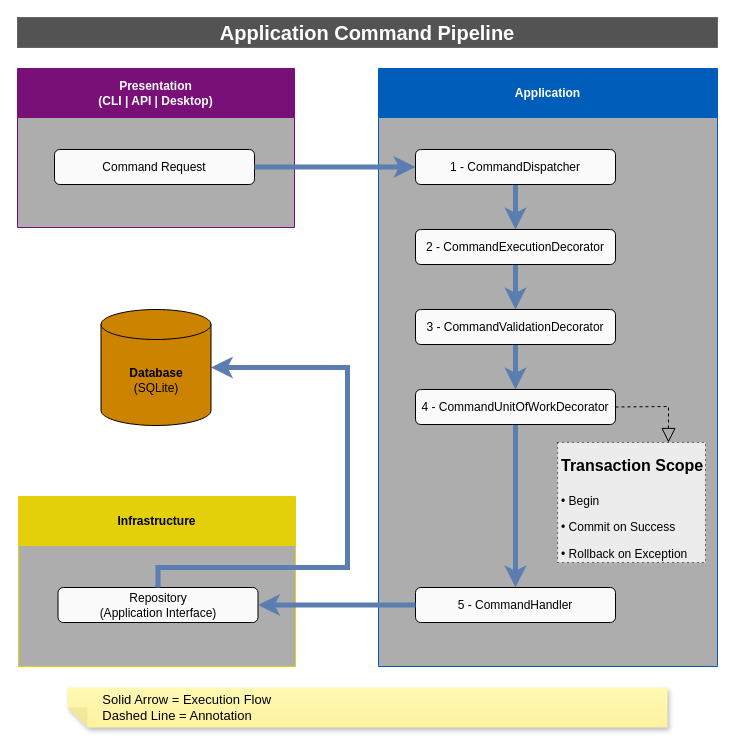
This is docs/application/application-command-pipeline.drawio from sergio-lopes-developer/whoami, a draw.io file, before an edit. Source tidied: cells renumbered, new cells numbered last; positions are measured from the earlier drawing's top-left corner, leaving out a move shared by most shapes. Both pictures are drawn from the tidied source at 100%, with x=0, y=0 at pixel (17, 17).
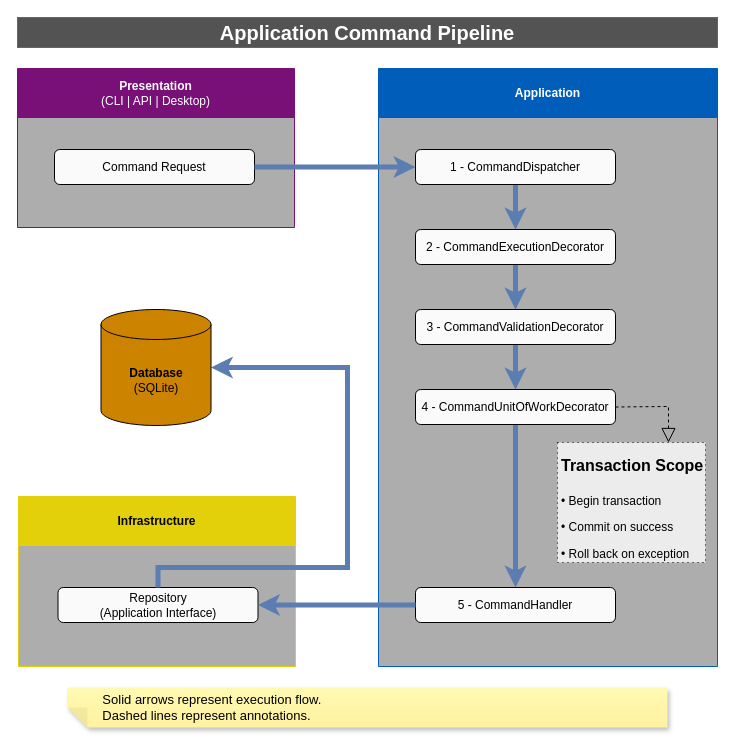
The same diagram, later.

The change refers to these unchanged cells:
```xml
<mxCell id="4" value="&lt;div&gt;Application&lt;/div&gt;" style="swimlane;whiteSpace=wrap;html=1;startSize=49;fillColor=light-dark(#005EBA,#005EBA);strokeColor=light-dark(#005EBA,#005EBA);fontColor=light-dark(#FFFFFF,#FFFFFF);swimlaneFillColor=light-dark(#ADADAD,#ADADAD);gradientColor=none;fillStyle=solid;" parent="1" vertex="1">
  <mxGeometry x="361" y="51" width="339" height="598" as="geometry" />
</mxCell>
<mxCell id="17" value="&lt;div&gt;Repository&lt;/div&gt;&lt;div&gt;(Application Interface)&lt;/div&gt;" style="rounded=1;whiteSpace=wrap;html=1;fillColor=light-dark(#FAFAFA,#FAFAFA);fontColor=light-dark(#000000,#000000);fillStyle=solid;" parent="16" vertex="1">
  <mxGeometry x="39.5" y="91" width="200" height="35" as="geometry" />
</mxCell>
<mxCell id="23" value="&lt;b&gt;Database&lt;/b&gt;&lt;div&gt;(SQLite)&lt;/div&gt;" style="shape=cylinder3;whiteSpace=wrap;html=1;boundedLbl=1;backgroundOutline=1;size=15;fillColor=light-dark(#CC8400,#CC8400);fontColor=light-dark(#000000,#000000);" parent="1" vertex="1">
  <mxGeometry x="83.5" y="292" width="110" height="116" as="geometry" />
</mxCell>
```

The edit, as a diff of the source:
```diff
@@
-    <mxCell id="2" value="Presentation&#10;(CLI | API | Desktop)" style="swimlane;whiteSpace=wrap;html=1;startSize=49;fillColor=light-dark(#781078,#781078);strokeColor=light-dark(#781078,#781078);fontColor=light-dark(#FFFFFF,#FFFFFF);swimlaneFillColor=light-dark(#ADADAD,#ADADAD);gradientColor=none;fillStyle=solid;" parent="1" vertex="1">
+    <mxCell id="2" value="Presentation&lt;br&gt;&lt;span style=&quot;font-weight: normal;&quot;&gt;(CLI | API | Desktop)&lt;/span&gt;" style="swimlane;whiteSpace=wrap;html=1;startSize=49;fillColor=light-dark(#781078,#781078);strokeColor=light-dark(#781078,#781078);fontColor=light-dark(#FFFFFF,#FFFFFF);swimlaneFillColor=light-dark(#ADADAD,#ADADAD);gradientColor=none;fillStyle=solid;" parent="1" vertex="1">
       <mxGeometry y="51" width="277" height="159" as="geometry" />
     </mxCell>
@@
-    <mxCell id="14" value="&lt;h1 style=&quot;margin-top: 0px;&quot;&gt;&lt;font style=&quot;font-size: 16px;&quot;&gt;Transaction Scope&lt;/font&gt;&lt;/h1&gt;&lt;p&gt;• Begin&lt;/p&gt;&lt;p&gt;• Commit on Success&lt;/p&gt;&lt;p&gt;• Rollback on Exception&lt;/p&gt;" style="text;html=1;whiteSpace=wrap;overflow=hidden;rounded=0;strokeColor=light-dark(#000000,#FFFFFF);spacingLeft=2;spacingBottom=0;dashed=1;dashPattern=1 4;fontColor=light-dark(#000000,#000000);fillColor=light-dark(#ECECEC,#ECECEC);" parent="4" vertex="1">
+    <mxCell id="14" value="&lt;h1 style=&quot;margin-top: 0px;&quot;&gt;&lt;font style=&quot;font-size: 16px;&quot;&gt;Transaction Scope&lt;/font&gt;&lt;/h1&gt;&lt;p&gt;• Begin transaction&lt;/p&gt;&lt;p&gt;• Commit on success&lt;/p&gt;&lt;p&gt;• Roll back on exception&lt;/p&gt;" style="text;html=1;whiteSpace=wrap;overflow=hidden;rounded=0;strokeColor=light-dark(#000000,#FFFFFF);spacingLeft=2;spacingBottom=0;dashed=1;dashPattern=1 4;fontColor=light-dark(#000000,#000000);fillColor=light-dark(#ECECEC,#ECECEC);" parent="4" vertex="1">
       <mxGeometry x="179" y="374" width="148" height="120" as="geometry" />
     </mxCell>
@@
     <mxCell id="21" style="edgeStyle=orthogonalEdgeStyle;rounded=0;jettySize=auto;html=1;exitX=0.5;exitY=0;exitDx=0;exitDy=0;strokeWidth=5;strokeColor=light-dark(#5B7DB1,#5B7DB1);entryX=1;entryY=0.5;entryDx=0;entryDy=0;entryPerimeter=0;" parent="1" edge="1" source="17" target="23">
       <mxGeometry relative="1" as="geometry">
         <Array as="points">
-          <mxPoint x="140" y="550" />
+          <mxPoint x="141" y="550" />
           <mxPoint x="330" y="550" />
           <mxPoint x="330" y="350" />
         </Array>
       </mxGeometry>
     </mxCell>
-    <mxCell id="22" value="&lt;div style=&quot;&quot;&gt;&lt;span style=&quot;color: rgb(255, 255, 255); font-size: 12px; background-color: transparent;&quot;&gt;&amp;nbsp; &amp;nbsp; &amp;nbsp; &amp;nbsp; &amp;nbsp;&lt;/span&gt;&lt;span style=&quot;color: rgb(255, 255, 255); font-size: 12px; background-color: transparent;&quot;&gt;&amp;nbsp;&lt;/span&gt;&lt;span style=&quot;background-color: transparent; color: light-dark(rgb(0, 0, 0), rgb(237, 237, 237));&quot;&gt;Solid Arrow = Execution Flow&lt;/span&gt;&lt;/div&gt;&lt;div style=&quot;&quot;&gt;&lt;span style=&quot;color: rgb(255, 255, 255); font-size: 12px; background-color: transparent;&quot;&gt;&amp;nbsp; &amp;nbsp; &amp;nbsp; &amp;nbsp; &amp;nbsp;&lt;/span&gt;&lt;span style=&quot;color: rgb(255, 255, 255); font-size: 12px; background-color: transparent;&quot;&gt;&amp;nbsp;&lt;/span&gt;&lt;span style=&quot;background-color: transparent; color: light-dark(rgb(0, 0, 0), rgb(237, 237, 237));&quot;&gt;Dashed Line = Annotation&lt;/span&gt;&lt;/div&gt;" style="shape=note;whiteSpace=wrap;html=1;backgroundOutline=1;autosizeText=1;fontColor=#000000;darkOpacity=0.05;fillColor=#FFF9B2;strokeColor=none;fillStyle=solid;fontSize=13;direction=west;gradientDirection=north;gradientColor=#FFF2A1;shadow=1;size=20;align=left;" parent="1" vertex="1">
+    <mxCell id="22" value="&lt;div style=&quot;&quot;&gt;&lt;span style=&quot;color: rgb(255, 255, 255); font-size: 12px; background-color: transparent;&quot;&gt;&amp;nbsp; &amp;nbsp; &amp;nbsp; &amp;nbsp; &amp;nbsp;&lt;/span&gt;&lt;span style=&quot;color: rgb(255, 255, 255); font-size: 12px; background-color: transparent;&quot;&gt;&amp;nbsp;&lt;/span&gt;&lt;span style=&quot;background-color: transparent;&quot;&gt;Solid arrows represent execution flow.&lt;/span&gt;&lt;/div&gt;&lt;div style=&quot;&quot;&gt;&lt;span style=&quot;color: rgb(255, 255, 255); font-size: 12px; background-color: transparent;&quot;&gt;&amp;nbsp; &amp;nbsp; &amp;nbsp; &amp;nbsp; &amp;nbsp;&lt;/span&gt;&lt;span style=&quot;color: rgb(255, 255, 255); font-size: 12px; background-color: transparent;&quot;&gt;&amp;nbsp;&lt;/span&gt;&lt;span style=&quot;background-color: transparent;&quot;&gt;Dashed lines represent annotations.&lt;/span&gt;&lt;/div&gt;" style="shape=note;whiteSpace=wrap;html=1;backgroundOutline=1;autosizeText=1;fontColor=#000000;darkOpacity=0.05;fillColor=#FFF9B2;strokeColor=none;fillStyle=solid;fontSize=13;direction=west;gradientDirection=north;gradientColor=#FFF2A1;shadow=1;size=20;align=left;" parent="1" vertex="1">
       <mxGeometry x="50" y="670" width="600" height="40" as="geometry" />
     </mxCell>
```
